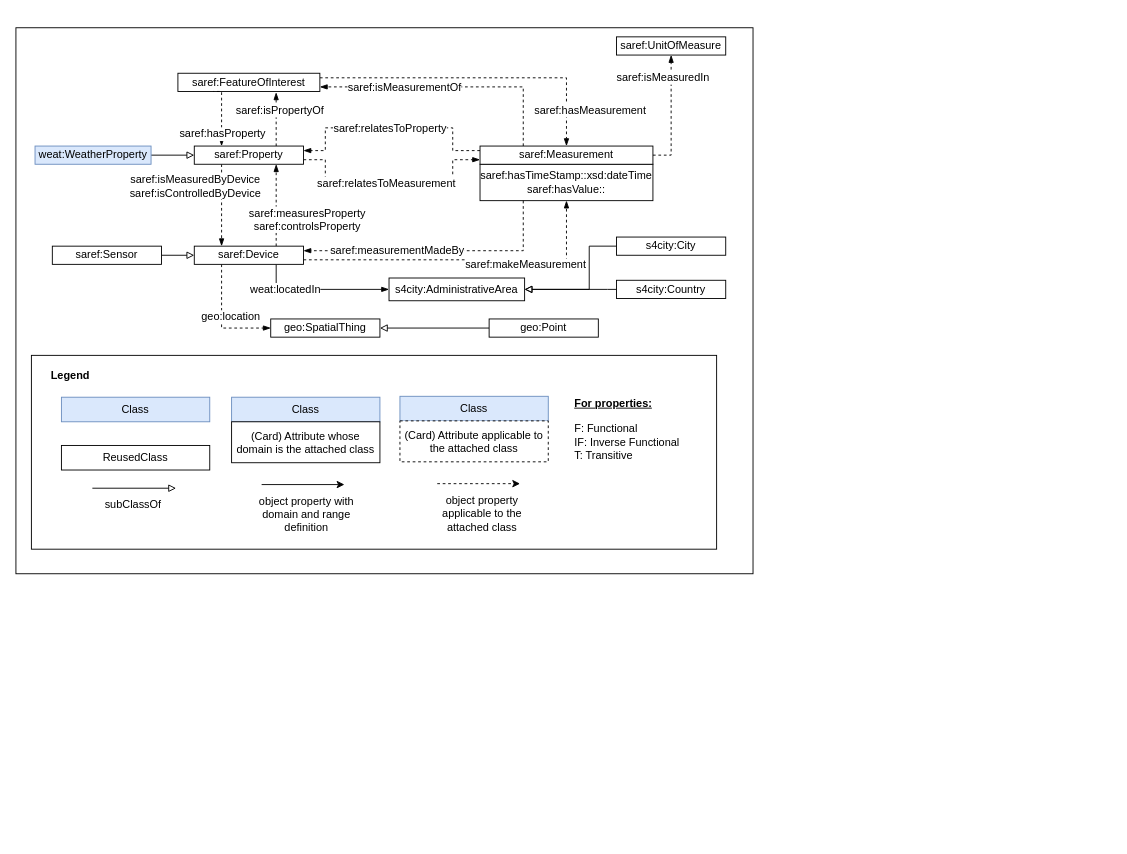
Above: Draw.io/weather.drawio in oeg-upm/bimerr-weather (draw.io), before the change. Source tidied: cells renumbered, new cells numbered last; positions are measured from the earlier drawing's top-left corner, leaving out a move shared by most shapes. Both pictures are drawn from the tidied source at 91%, with x=0, y=0 at pixel (15, 27).
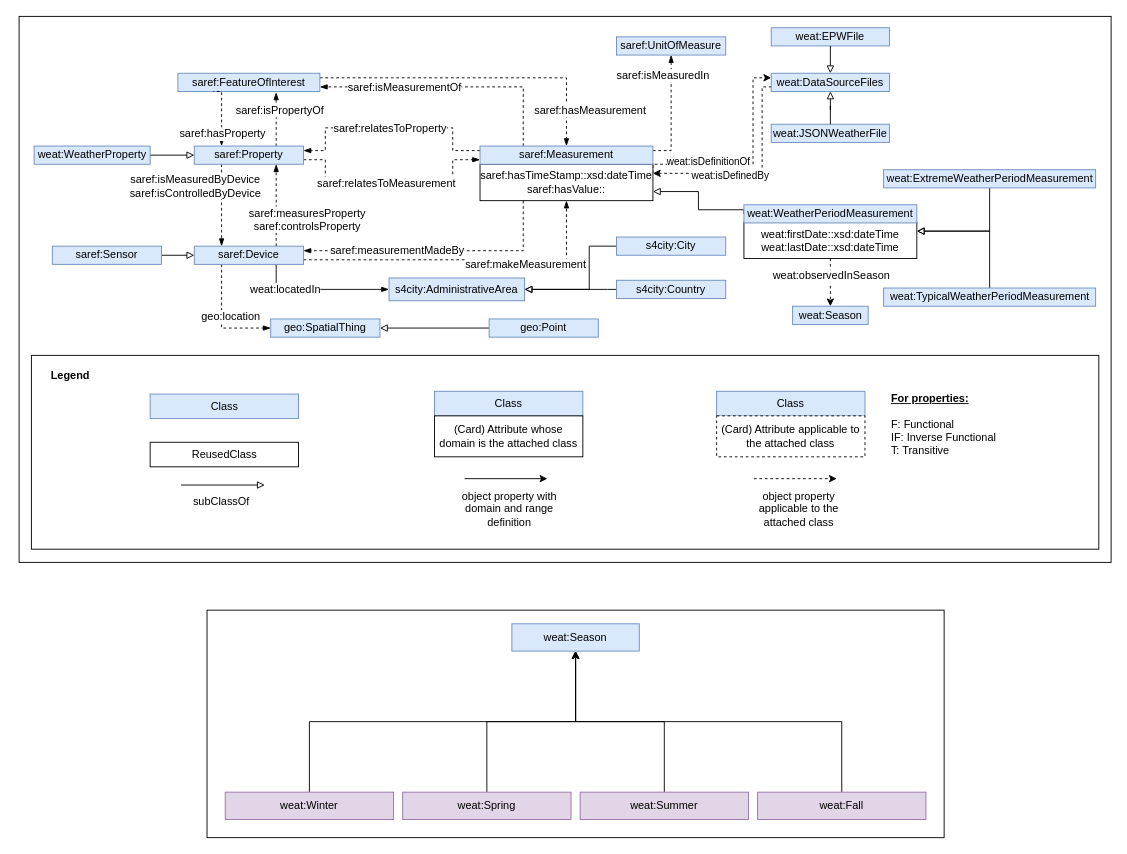
The same diagram, later.

The change refers to these unchanged cells:
```xml
<mxCell id="3" value="saref:hasTimeStamp::xsd:dateTime&lt;br&gt;saref:hasValue::" style="rounded=0;whiteSpace=wrap;html=1;" parent="1" vertex="1">
  <mxGeometry x="510" y="150" width="190" height="40" as="geometry" />
</mxCell>
```

What changed in the source:
```diff
@@
-    <mxCell id="2" style="rounded=0;whiteSpace=wrap;html=1;" parent="1" vertex="1">
-      <mxGeometry width="810" height="600" as="geometry" />
-    </mxCell>
+    <mxCell id="62" style="rounded=0;whiteSpace=wrap;html=1;" parent="1" vertex="1">
+      <mxGeometry x="3.5" y="-12.5" width="1200" height="600" as="geometry" />
+    </mxCell>
+    <mxCell id="63" style="edgeStyle=orthogonalEdgeStyle;rounded=0;jettySize=auto;html=1;exitX=1;exitY=0.25;exitDx=0;exitDy=0;dashed=1;entryX=0;entryY=0.25;entryDx=0;entryDy=0;" parent="1" edge="1" source="3" target="86">
+      <mxGeometry relative="1" as="geometry">
+        <Array as="points">
+          <mxPoint x="700" y="150" />
+          <mxPoint x="810" y="150" />
+          <mxPoint x="810" y="55" />
+        </Array>
+      </mxGeometry>
+    </mxCell>
+    <mxCell id="64" style="edgeStyle=orthogonalEdgeStyle;rounded=0;jettySize=auto;html=1;exitX=1;exitY=0.25;exitDx=0;exitDy=0;startArrow=classic;startFill=1;endArrow=none;endFill=0;dashed=1;entryX=0;entryY=0.75;entryDx=0;entryDy=0;" parent="1" edge="1" source="3" target="86">
+      <mxGeometry relative="1" as="geometry">
+        <Array as="points">
+          <mxPoint x="820" y="160" />
+          <mxPoint x="820" y="65" />
+        </Array>
+      </mxGeometry>
+    </mxCell>
+    <mxCell id="65" value="weat:isDefinedBy" style="edgeLabel;html=1;align=center;verticalAlign=middle;" parent="64" vertex="1">
+      <mxGeometry x="-0.1" y="-2" relative="1" as="geometry">
+        <mxPoint x="-17" as="offset" />
+      </mxGeometry>
+    </mxCell>
@@
-    <mxCell id="8" value="saref:FeatureOfInterest" style="rounded=0;whiteSpace=wrap;html=1;" parent="1" vertex="1">
+    <mxCell id="8" value="saref:FeatureOfInterest" style="rounded=0;whiteSpace=wrap;html=1;fillColor=#dae8fc;strokeColor=#6c8ebf;" parent="1" vertex="1">
       <mxGeometry x="178" y="50" width="156" height="20" as="geometry" />
     </mxCell>
@@
-    <mxCell id="15" value="saref:Property" style="rounded=0;whiteSpace=wrap;html=1;" parent="1" vertex="1">
+    <mxCell id="15" value="saref:Property" style="rounded=0;whiteSpace=wrap;html=1;fillColor=#dae8fc;strokeColor=#6c8ebf;" parent="1" vertex="1">
       <mxGeometry x="196" y="130" width="120" height="20" as="geometry" />
     </mxCell>
-    <mxCell id="16" style="edgeStyle=orthogonalEdgeStyle;rounded=0;jettySize=auto;html=1;exitX=1;exitY=0.5;exitDx=0;exitDy=0;entryX=0.5;entryY=1;entryDx=0;entryDy=0;dashed=1;endArrow=blockThin;endFill=1;" parent="1" edge="1" source="24" target="36">
+    <mxCell id="16" style="edgeStyle=orthogonalEdgeStyle;rounded=0;jettySize=auto;html=1;exitX=1;exitY=0.25;exitDx=0;exitDy=0;entryX=0.5;entryY=1;entryDx=0;entryDy=0;dashed=1;endArrow=blockThin;endFill=1;" parent="1" edge="1" source="24" target="36">
       <mxGeometry relative="1" as="geometry" />
     </mxCell>
@@
-    <mxCell id="24" value="saref:Measurement" style="rounded=0;whiteSpace=wrap;html=1;" parent="1" vertex="1">
+    <mxCell id="24" value="saref:Measurement" style="rounded=0;whiteSpace=wrap;html=1;fillColor=#dae8fc;strokeColor=#6c8ebf;" parent="1" vertex="1">
       <mxGeometry x="510" y="130" width="190" height="20" as="geometry" />
     </mxCell>
@@
-    <mxCell id="33" value="saref:Device" style="rounded=0;whiteSpace=wrap;html=1;" parent="1" vertex="1">
+    <mxCell id="33" value="saref:Device" style="rounded=0;whiteSpace=wrap;html=1;fillColor=#dae8fc;strokeColor=#6c8ebf;" parent="1" vertex="1">
       <mxGeometry x="196" y="240" width="120" height="20" as="geometry" />
     </mxCell>
@@
-    <mxCell id="35" value="saref:Sensor" style="rounded=0;whiteSpace=wrap;html=1;" parent="1" vertex="1">
+    <mxCell id="35" value="saref:Sensor" style="rounded=0;whiteSpace=wrap;html=1;fillColor=#dae8fc;strokeColor=#6c8ebf;" parent="1" vertex="1">
       <mxGeometry x="40" y="240" width="120" height="20" as="geometry" />
     </mxCell>
-    <mxCell id="36" value="saref:UnitOfMeasure" style="rounded=0;whiteSpace=wrap;html=1;" parent="1" vertex="1">
+    <mxCell id="36" value="saref:UnitOfMeasure" style="rounded=0;whiteSpace=wrap;html=1;fillColor=#dae8fc;strokeColor=#6c8ebf;" parent="1" vertex="1">
       <mxGeometry x="660" y="10" width="120" height="20" as="geometry" />
     </mxCell>
-    <mxCell id="37" value="geo:SpatialThing" style="rounded=0;whiteSpace=wrap;html=1;" parent="1" vertex="1">
+    <mxCell id="37" value="geo:SpatialThing" style="rounded=0;whiteSpace=wrap;html=1;fillColor=#dae8fc;strokeColor=#6c8ebf;" parent="1" vertex="1">
       <mxGeometry x="280" y="320" width="120" height="20" as="geometry" />
     </mxCell>
@@
-    <mxCell id="39" value="geo:Point" style="rounded=0;whiteSpace=wrap;html=1;" parent="1" vertex="1">
+    <mxCell id="39" value="geo:Point" style="rounded=0;whiteSpace=wrap;html=1;fillColor=#dae8fc;strokeColor=#6c8ebf;" parent="1" vertex="1">
       <mxGeometry x="520" y="320" width="120" height="20" as="geometry" />
     </mxCell>
-    <mxCell id="40" value="s4city:AdministrativeArea" style="rounded=0;whiteSpace=wrap;html=1;" parent="1" vertex="1">
+    <mxCell id="40" value="s4city:AdministrativeArea" style="rounded=0;whiteSpace=wrap;html=1;fillColor=#dae8fc;strokeColor=#6c8ebf;" parent="1" vertex="1">
       <mxGeometry x="410" y="275" width="149" height="25" as="geometry" />
     </mxCell>
@@
-    <mxCell id="42" value="s4city:City" style="rounded=0;whiteSpace=wrap;html=1;" parent="1" vertex="1">
+    <mxCell id="42" value="s4city:City" style="rounded=0;whiteSpace=wrap;html=1;fillColor=#dae8fc;strokeColor=#6c8ebf;" parent="1" vertex="1">
       <mxGeometry x="660" y="230" width="120" height="20" as="geometry" />
     </mxCell>
@@
-    <mxCell id="44" value="s4city:Country" style="rounded=0;whiteSpace=wrap;html=1;" parent="1" vertex="1">
+    <mxCell id="44" value="s4city:Country" style="rounded=0;whiteSpace=wrap;html=1;fillColor=#dae8fc;strokeColor=#6c8ebf;" parent="1" vertex="1">
       <mxGeometry x="660" y="277.5" width="120" height="20" as="geometry" />
     </mxCell>
-    <mxCell id="45" style="rounded=0;whiteSpace=wrap;html=1;fillColor=none;" parent="1" vertex="1">
-      <mxGeometry x="17" y="360" width="753" height="213" as="geometry" />
-    </mxCell>
-    <mxCell id="46" value="Class" style="rounded=0;whiteSpace=wrap;html=1;fillColor=#dae8fc;strokeColor=#6c8ebf;" parent="1" vertex="1">
-      <mxGeometry x="237" y="406" width="163" height="27" as="geometry" />
-    </mxCell>
+    <mxCell id="66" style="rounded=0;whiteSpace=wrap;html=1;fillColor=none;" parent="1" vertex="1">
+      <mxGeometry x="17" y="360" width="1173" height="213" as="geometry" />
+    </mxCell>
+    <mxCell id="67" value="Class" style="rounded=0;whiteSpace=wrap;html=1;fillColor=#dae8fc;strokeColor=#6c8ebf;" parent="1" vertex="1">
+      <mxGeometry x="460" y="399.5" width="163" height="27" as="geometry" />
+    </mxCell>
     <mxCell id="47" value="(Card) Attribute whose domain is the attached class" style="rounded=0;whiteSpace=wrap;html=1;" parent="1" vertex="1">
-      <mxGeometry x="237" y="433" width="163" height="45" as="geometry" />
+      <mxGeometry x="460" y="426.5" width="163" height="45" as="geometry" />
     </mxCell>
-    <mxCell id="48" value="Class" style="rounded=0;whiteSpace=wrap;html=1;fillColor=#dae8fc;strokeColor=#6c8ebf;" parent="1" vertex="1">
-      <mxGeometry x="422" y="405" width="163" height="27" as="geometry" />
-    </mxCell>
+    <mxCell id="68" value="Class" style="rounded=0;whiteSpace=wrap;html=1;fillColor=#dae8fc;strokeColor=#6c8ebf;" parent="1" vertex="1">
+      <mxGeometry x="770" y="399.5" width="163" height="27" as="geometry" />
+    </mxCell>
     <mxCell id="49" value="(Card) Attribute applicable to the attached class" style="rounded=0;whiteSpace=wrap;html=1;dashed=1;" parent="1" vertex="1">
-      <mxGeometry x="422" y="432" width="163" height="45" as="geometry" />
+      <mxGeometry x="770" y="426.5" width="163" height="45" as="geometry" />
     </mxCell>
     <mxCell id="50" value="ReusedClass" style="rounded=0;whiteSpace=wrap;html=1;" parent="1" vertex="1">
-      <mxGeometry x="50" y="459" width="163" height="27" as="geometry" />
+      <mxGeometry x="147.5" y="455.5" width="163" height="27" as="geometry" />
     </mxCell>
-    <mxCell id="51" value="Class" style="rounded=0;whiteSpace=wrap;html=1;fillColor=#dae8fc;strokeColor=#6c8ebf;" parent="1" vertex="1">
-      <mxGeometry x="50" y="406" width="163" height="27" as="geometry" />
-    </mxCell>
-    <mxCell id="52" style="endArrow=block;html=1;endFill=0;" parent="1" edge="1">
-      <mxGeometry relative="1" as="geometry">
-        <mxPoint x="84" y="506" as="sourcePoint" />
-        <mxPoint x="176" y="506" as="targetPoint" />
-      </mxGeometry>
-    </mxCell>
+    <mxCell id="69" value="Class" style="rounded=0;whiteSpace=wrap;html=1;fillColor=#dae8fc;strokeColor=#6c8ebf;" parent="1" vertex="1">
+      <mxGeometry x="147.5" y="402.5" width="163" height="27" as="geometry" />
+    </mxCell>
+    <mxCell id="70" style="endArrow=block;html=1;endFill=0;" parent="1" edge="1">
+      <mxGeometry relative="1" as="geometry">
+        <mxPoint x="181.5" y="502.5" as="sourcePoint" />
+        <mxPoint x="273.5" y="502.5" as="targetPoint" />
+      </mxGeometry>
+    </mxCell>
     <mxCell id="53" value="subClassOf" style="text;html=1;strokeColor=none;fillColor=none;align=center;verticalAlign=middle;whiteSpace=wrap;rounded=0;dashed=1;" parent="1" vertex="1">
-      <mxGeometry x="108.5" y="514" width="40" height="20" as="geometry" />
+      <mxGeometry x="206" y="510.5" width="40" height="20" as="geometry" />
     </mxCell>
-    <mxCell id="54" style="endArrow=classic;html=1;" parent="1" edge="1">
-      <mxGeometry relative="1" as="geometry">
-        <mxPoint x="270" y="502" as="sourcePoint" />
-        <mxPoint x="361" y="502" as="targetPoint" />
-      </mxGeometry>
-    </mxCell>
+    <mxCell id="71" style="endArrow=classic;html=1;" parent="1" edge="1">
+      <mxGeometry relative="1" as="geometry">
+        <mxPoint x="493" y="495.5" as="sourcePoint" />
+        <mxPoint x="584" y="495.5" as="targetPoint" />
+      </mxGeometry>
+    </mxCell>
     <mxCell id="55" value="object property with domain and range definition" style="text;html=1;strokeColor=none;fillColor=none;align=center;verticalAlign=middle;whiteSpace=wrap;rounded=0;dashed=1;" parent="1" vertex="1">
-      <mxGeometry x="264" y="525" width="110.5" height="20" as="geometry" />
+      <mxGeometry x="487" y="518.5" width="110.5" height="20" as="geometry" />
     </mxCell>
-    <mxCell id="56" style="endArrow=classic;html=1;dashed=1;" parent="1" edge="1">
-      <mxGeometry relative="1" as="geometry">
-        <mxPoint x="463" y="501" as="sourcePoint" />
-        <mxPoint x="554" y="501" as="targetPoint" />
-      </mxGeometry>
-    </mxCell>
+    <mxCell id="72" style="endArrow=classic;html=1;dashed=1;" parent="1" edge="1">
+      <mxGeometry relative="1" as="geometry">
+        <mxPoint x="811" y="495.5" as="sourcePoint" />
+        <mxPoint x="902" y="495.5" as="targetPoint" />
+      </mxGeometry>
+    </mxCell>
     <mxCell id="57" value="object property applicable to the attached class" style="text;html=1;strokeColor=none;fillColor=none;align=center;verticalAlign=middle;whiteSpace=wrap;rounded=0;dashed=1;" parent="1" vertex="1">
-      <mxGeometry x="457" y="524" width="110.5" height="20" as="geometry" />
+      <mxGeometry x="805" y="518.5" width="110.5" height="20" as="geometry" />
     </mxCell>
     <mxCell id="58" value="&lt;b&gt;&lt;u&gt;For properties:&lt;br&gt;&lt;br&gt;&lt;/u&gt;&lt;/b&gt;F: Functional&lt;br&gt;IF: Inverse Functional&lt;br&gt;T: Transitive" style="text;html=1;strokeColor=none;fillColor=none;align=left;verticalAlign=middle;whiteSpace=wrap;rounded=0;dashed=1;" parent="1" vertex="1">
-      <mxGeometry x="612" y="406" width="136" height="70" as="geometry" />
+      <mxGeometry x="960" y="400.5" width="136" height="70" as="geometry" />
     </mxCell>
@@
     <mxCell id="61" value="weat:WeatherProperty" style="rounded=0;whiteSpace=wrap;html=1;fillColor=#dae8fc;strokeColor=#6c8ebf;" parent="1" vertex="1">
-      <mxGeometry x="21" y="130" width="127.5" height="20" as="geometry" />
+      <mxGeometry x="20" y="130" width="127.5" height="20" as="geometry" />
     </mxCell>
+    <mxCell id="73" style="edgeStyle=orthogonalEdgeStyle;rounded=0;jettySize=auto;html=1;exitX=0;exitY=0.5;exitDx=0;exitDy=0;entryX=1;entryY=0.75;entryDx=0;entryDy=0;endArrow=block;endFill=0;" parent="1" edge="1" source="77" target="3">
+      <mxGeometry relative="1" as="geometry">
+        <Array as="points">
+          <mxPoint x="800" y="200" />
+          <mxPoint x="750" y="200" />
+          <mxPoint x="750" y="180" />
+        </Array>
+      </mxGeometry>
+    </mxCell>
+    <mxCell id="74" style="edgeStyle=orthogonalEdgeStyle;rounded=0;jettySize=auto;html=1;exitX=0.5;exitY=1;exitDx=0;exitDy=0;entryX=0.5;entryY=0;entryDx=0;entryDy=0;endArrow=classic;endFill=1;dashed=1;" parent="1" edge="1" source="76" target="82">
+      <mxGeometry relative="1" as="geometry" />
+    </mxCell>
+    <mxCell id="75" value="weat:observedInSeason" style="text;html=1;align=center;verticalAlign=middle;labelBackgroundColor=#ffffff;" parent="74" vertex="1">
+      <mxGeometry x="-0.27" relative="1" as="geometry" />
+    </mxCell>
+    <mxCell id="76" value="weat:firstDate::xsd:dateTime&lt;br&gt;weat:lastDate::xsd:dateTime" style="rounded=0;whiteSpace=wrap;html=1;" parent="1" vertex="1">
+      <mxGeometry x="800" y="213.5" width="190" height="40" as="geometry" />
+    </mxCell>
+    <mxCell id="77" value="weat:WeatherPeriodMeasurement" style="rounded=0;whiteSpace=wrap;html=1;fillColor=#dae8fc;strokeColor=#6c8ebf;" parent="1" vertex="1">
+      <mxGeometry x="800" y="194.5" width="190" height="20" as="geometry" />
+    </mxCell>
+    <mxCell id="78" style="edgeStyle=orthogonalEdgeStyle;rounded=0;jettySize=auto;html=1;exitX=0.5;exitY=1;exitDx=0;exitDy=0;entryX=1;entryY=0.25;entryDx=0;entryDy=0;endArrow=block;endFill=0;" parent="1" edge="1" source="79" target="76">
+      <mxGeometry relative="1" as="geometry" />
+    </mxCell>
+    <mxCell id="79" value="weat:ExtremeWeatherPeriodMeasurement" style="rounded=0;whiteSpace=wrap;html=1;fillColor=#dae8fc;strokeColor=#6c8ebf;" parent="1" vertex="1">
+      <mxGeometry x="953.5" y="156" width="233" height="20" as="geometry" />
+    </mxCell>
+    <mxCell id="80" style="edgeStyle=orthogonalEdgeStyle;rounded=0;jettySize=auto;html=1;exitX=0.5;exitY=0;exitDx=0;exitDy=0;entryX=1;entryY=0.25;entryDx=0;entryDy=0;endArrow=block;endFill=0;" parent="1" edge="1" source="81" target="76">
+      <mxGeometry relative="1" as="geometry" />
+    </mxCell>
+    <mxCell id="81" value="weat:TypicalWeatherPeriodMeasurement" style="rounded=0;whiteSpace=wrap;html=1;fillColor=#dae8fc;strokeColor=#6c8ebf;" parent="1" vertex="1">
+      <mxGeometry x="953.5" y="286" width="233" height="20" as="geometry" />
+    </mxCell>
+    <mxCell id="82" value="weat:Season" style="rounded=0;whiteSpace=wrap;html=1;fillColor=#dae8fc;strokeColor=#6c8ebf;" parent="1" vertex="1">
+      <mxGeometry x="853.5" y="306" width="83" height="20" as="geometry" />
+    </mxCell>
+    <mxCell id="83" value="weat:isDefinitionOf" style="edgeLabel;html=1;align=center;verticalAlign=middle;" parent="1" vertex="1">
+      <mxGeometry x="760" y="146" as="geometry" />
+    </mxCell>
+    <mxCell id="84" value="weat:EPWFile" style="rounded=0;whiteSpace=wrap;html=1;fillColor=#dae8fc;strokeColor=#6c8ebf;" parent="1" vertex="1">
+      <mxGeometry x="830" width="130" height="20" as="geometry" />
+    </mxCell>
+    <mxCell id="85" value="weat:JSONWeatherFile" style="rounded=0;whiteSpace=wrap;html=1;fillColor=#dae8fc;strokeColor=#6c8ebf;" parent="1" vertex="1">
+      <mxGeometry x="830" y="106" width="130" height="20" as="geometry" />
+    </mxCell>
+    <mxCell id="86" value="weat:DataSourceFiles" style="rounded=0;whiteSpace=wrap;html=1;fillColor=#dae8fc;strokeColor=#6c8ebf;" parent="1" vertex="1">
+      <mxGeometry x="830" y="50" width="130" height="20" as="geometry" />
+    </mxCell>
+    <mxCell id="87" style="edgeStyle=orthogonalEdgeStyle;rounded=0;jettySize=auto;html=1;endArrow=block;endFill=0;entryX=0.5;entryY=1;entryDx=0;entryDy=0;" parent="1" edge="1" source="85" target="86">
+      <mxGeometry relative="1" as="geometry" />
+    </mxCell>
+    <mxCell id="88" style="edgeStyle=orthogonalEdgeStyle;rounded=0;jettySize=auto;html=1;endArrow=block;endFill=0;exitX=0.5;exitY=1;exitDx=0;exitDy=0;" parent="1" edge="1" source="84">
+      <mxGeometry relative="1" as="geometry">
+        <mxPoint x="895" y="50" as="targetPoint" />
+        <Array as="points">
+          <mxPoint x="895" y="30" />
+          <mxPoint x="895" y="30" />
+        </Array>
+      </mxGeometry>
+    </mxCell>
+    <mxCell id="89" style="rounded=0;whiteSpace=wrap;html=1;" parent="1" vertex="1">
+      <mxGeometry x="210" y="640" width="810" height="250" as="geometry" />
+    </mxCell>
+    <mxCell id="90" value="weat:Season" style="rounded=0;whiteSpace=wrap;html=1;fillColor=#dae8fc;strokeColor=#6c8ebf;" parent="1" vertex="1">
+      <mxGeometry x="545" y="655" width="140" height="30" as="geometry" />
+    </mxCell>
+    <mxCell id="91" style="edgeStyle=orthogonalEdgeStyle;rounded=0;jettySize=auto;html=1;exitX=0.5;exitY=0;exitDx=0;exitDy=0;entryX=0.5;entryY=1;entryDx=0;entryDy=0;" parent="1" edge="1" source="92" target="90">
+      <mxGeometry relative="1" as="geometry" />
+    </mxCell>
+    <mxCell id="92" value="weat:Winter" style="rounded=0;whiteSpace=wrap;html=1;fillColor=#e1d5e7;strokeColor=#9673a6;" parent="1" vertex="1">
+      <mxGeometry x="230" y="840" width="185" height="30" as="geometry" />
+    </mxCell>
+    <mxCell id="93" style="edgeStyle=orthogonalEdgeStyle;rounded=0;jettySize=auto;html=1;exitX=0.5;exitY=0;exitDx=0;exitDy=0;" parent="1" edge="1" source="94" target="90">
+      <mxGeometry relative="1" as="geometry" />
+    </mxCell>
+    <mxCell id="94" value="weat:Spring" style="rounded=0;whiteSpace=wrap;html=1;fillColor=#e1d5e7;strokeColor=#9673a6;" parent="1" vertex="1">
+      <mxGeometry x="425" y="840" width="185" height="30" as="geometry" />
+    </mxCell>
+    <mxCell id="95" style="edgeStyle=orthogonalEdgeStyle;rounded=0;jettySize=auto;html=1;exitX=0.5;exitY=0;exitDx=0;exitDy=0;" parent="1" edge="1" source="96" target="90">
+      <mxGeometry relative="1" as="geometry" />
+    </mxCell>
+    <mxCell id="96" value="weat:Fall" style="rounded=0;whiteSpace=wrap;html=1;fillColor=#e1d5e7;strokeColor=#9673a6;" parent="1" vertex="1">
+      <mxGeometry x="815" y="840" width="185" height="30" as="geometry" />
+    </mxCell>
+    <mxCell id="97" style="edgeStyle=orthogonalEdgeStyle;rounded=0;jettySize=auto;html=1;exitX=0.5;exitY=0;exitDx=0;exitDy=0;" parent="1" edge="1" source="98" target="90">
+      <mxGeometry relative="1" as="geometry" />
+    </mxCell>
+    <mxCell id="98" value="weat:Summer" style="rounded=0;whiteSpace=wrap;html=1;fillColor=#e1d5e7;strokeColor=#9673a6;" parent="1" vertex="1">
+      <mxGeometry x="620" y="840" width="185" height="30" as="geometry" />
+    </mxCell>
```
